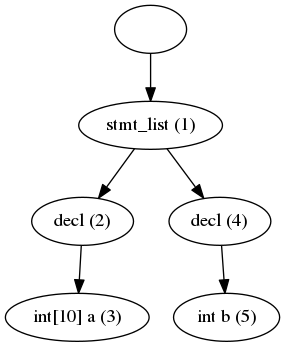
Earlier version of the Graphviz export ast.png (vinayak-awanti/MiniC-Compiler). Its source is kept beside it as ast.dot.
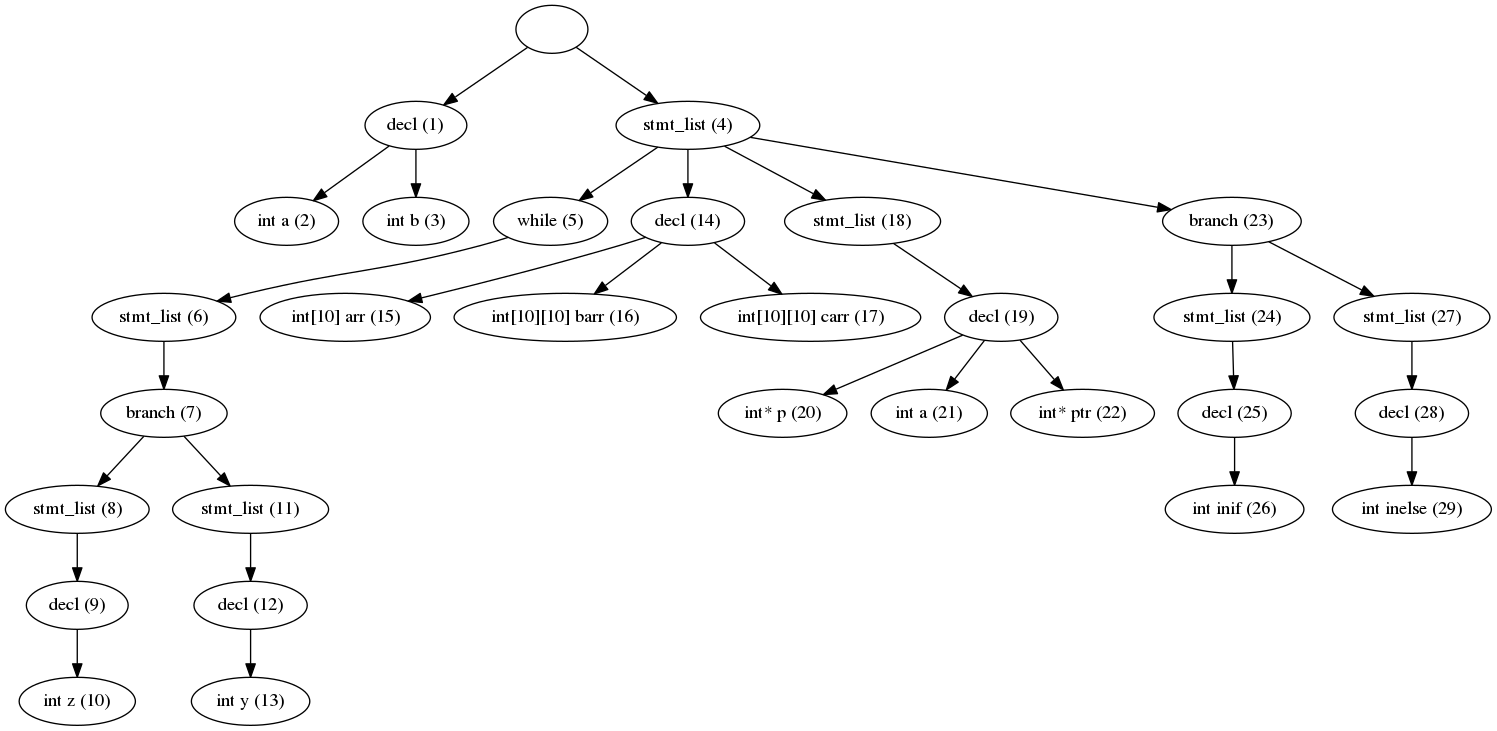
After the change.

Diff of the diagram source:
```diff
@@ -1,7 +1,31 @@
 digraph ast {
-	"" -> "stmt_list (1)";
-	"stmt_list (1)" -> "decl (2)";
-	"decl (2)" -> "int[10] a (3)";
-	"stmt_list (1)" -> "decl (4)";
-	"decl (4)" -> "int b (5)";
+	"" -> "decl (1)";
+	"decl (1)" -> "int a (2)";
+	"decl (1)" -> "int b (3)";
+	"" -> "stmt_list (4)";
+	"stmt_list (4)" -> "while (5)";
+	"while (5)" -> "stmt_list (6)";
+	"stmt_list (6)" -> "branch (7)";
+	"branch (7)" -> "stmt_list (8)";
+	"stmt_list (8)" -> "decl (9)";
+	"decl (9)" -> "int z (10)";
+	"branch (7)" -> "stmt_list (11)";
+	"stmt_list (11)" -> "decl (12)";
+	"decl (12)" -> "int y (13)";
+	"stmt_list (4)" -> "decl (14)";
+	"decl (14)" -> "int[10] arr (15)";
+	"decl (14)" -> "int[10][10] barr (16)";
+	"decl (14)" -> "int[10][10] carr (17)";
+	"stmt_list (4)" -> "stmt_list (18)";
+	"stmt_list (18)" -> "decl (19)";
+	"decl (19)" -> "int* p (20)";
+	"decl (19)" -> "int a (21)";
+	"decl (19)" -> "int* ptr (22)";
+	"stmt_list (4)" -> "branch (23)";
+	"branch (23)" -> "stmt_list (24)";
+	"stmt_list (24)" -> "decl (25)";
+	"decl (25)" -> "int inif (26)";
+	"branch (23)" -> "stmt_list (27)";
+	"stmt_list (27)" -> "decl (28)";
+	"decl (28)" -> "int inelse (29)";
 }
```
